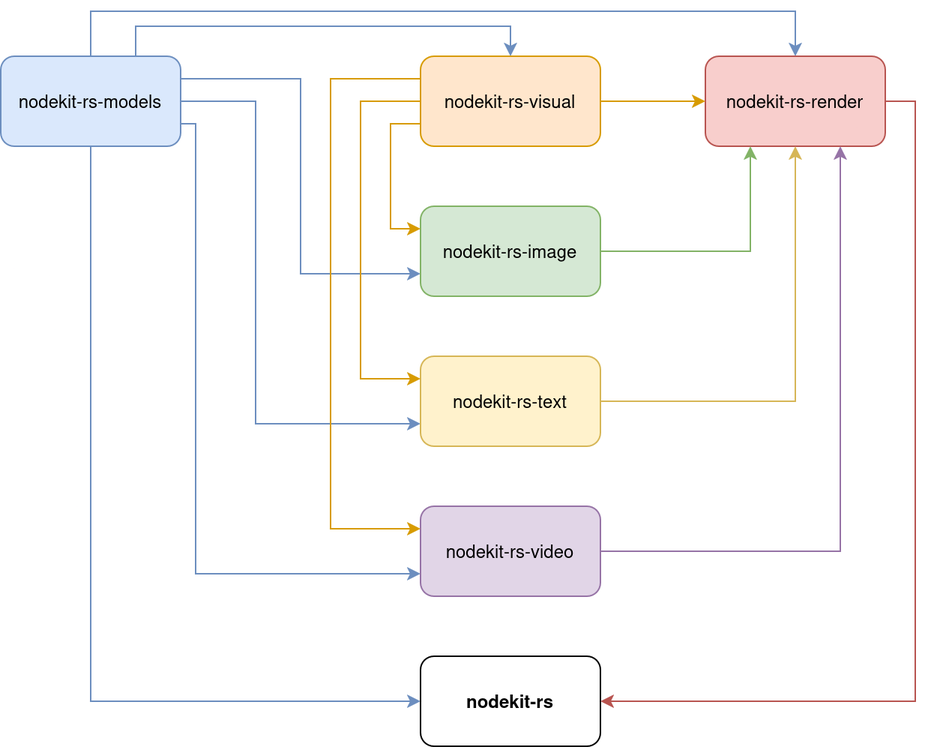
This is nodekit-rs/images/nodekit-rs.png from intelligence-observatory/nodekit, a draw.io export, as it was before one commit. Source tidied: cells renumbered, new cells last; positions are measured from the earlier drawing's top-left corner, leaving out a move shared by most shapes.
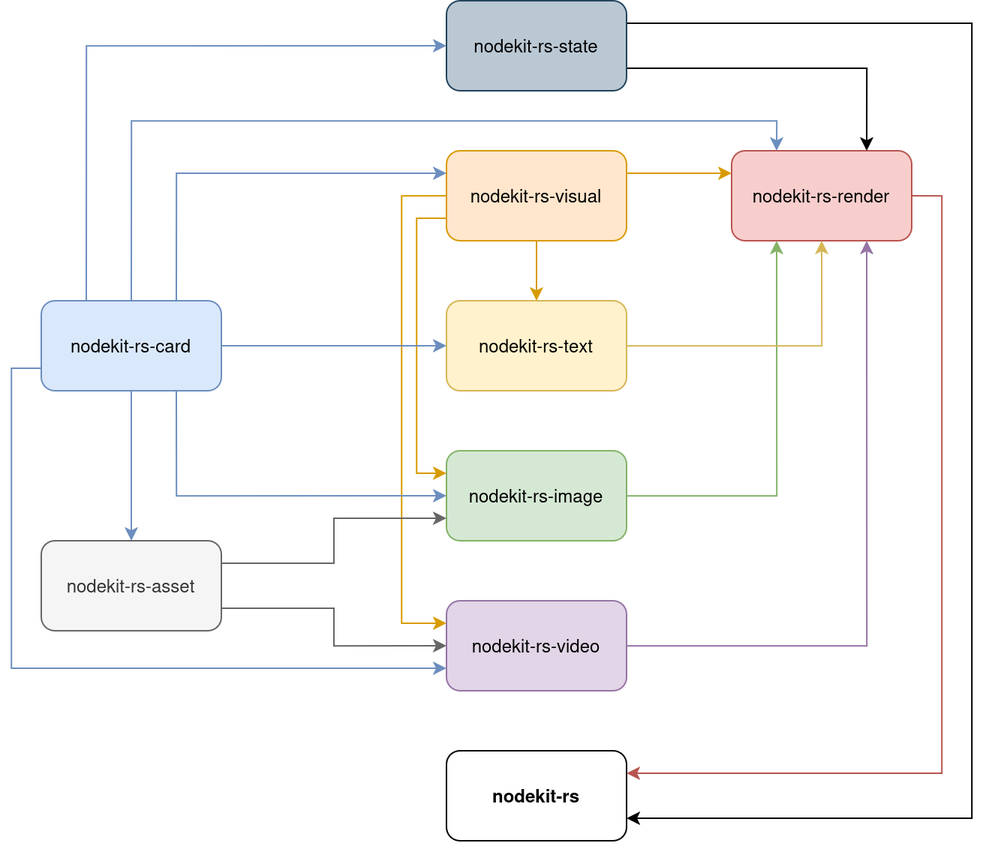
The same diagram one commit later.

Diff of the diagram source:
```diff
@@ -5,43 +5,18 @@
     <mxCell id="2" value="nodekit-rs" style="rounded=1;whiteSpace=wrap;html=1;fontStyle=1;" parent="1" vertex="1">
       <mxGeometry x="280" y="430" width="120" height="60" as="geometry" />
     </mxCell>
-    <mxCell id="3" style="edgeStyle=orthogonalEdgeStyle;rounded=0;jettySize=auto;html=1;exitX=0.5;exitY=0;exitDx=0;exitDy=0;entryX=0.5;entryY=0;entryDx=0;entryDy=0;fillColor=#dae8fc;strokeColor=#6c8ebf;" parent="1" edge="1" source="9" target="11">
+    <mxCell id="3" style="edgeStyle=orthogonalEdgeStyle;rounded=0;jettySize=auto;html=1;entryX=0.25;entryY=0;entryDx=0;entryDy=0;fillColor=#dae8fc;strokeColor=#6c8ebf;exitX=0.5;exitY=0;exitDx=0;exitDy=0;" parent="1" edge="1" source="9" target="11">
       <mxGeometry relative="1" as="geometry">
         <Array as="points">
-          <mxPoint x="60" />
-          <mxPoint x="530" />
+          <mxPoint x="70" y="10" />
+          <mxPoint x="500" y="10" />
         </Array>
       </mxGeometry>
     </mxCell>
-    <mxCell id="4" style="edgeStyle=orthogonalEdgeStyle;rounded=0;jettySize=auto;html=1;entryX=0;entryY=0.5;entryDx=0;entryDy=0;exitX=0.5;exitY=1;exitDx=0;exitDy=0;fillColor=#dae8fc;strokeColor=#6c8ebf;" parent="1" edge="1" source="9" target="2">
-      <mxGeometry relative="1" as="geometry" />
-    </mxCell>
-    <mxCell id="5" style="edgeStyle=orthogonalEdgeStyle;rounded=0;jettySize=auto;html=1;exitX=0.75;exitY=0;exitDx=0;exitDy=0;entryX=0.5;entryY=0;entryDx=0;entryDy=0;fillColor=#dae8fc;strokeColor=#6c8ebf;" parent="1" edge="1" source="9" target="22">
-      <mxGeometry relative="1" as="geometry" />
-    </mxCell>
-    <mxCell id="6" style="edgeStyle=orthogonalEdgeStyle;rounded=0;jettySize=auto;html=1;exitX=1;exitY=0.75;exitDx=0;exitDy=0;entryX=0;entryY=0.75;entryDx=0;entryDy=0;fillColor=#dae8fc;strokeColor=#6c8ebf;" parent="1" edge="1" source="9" target="17">
-      <mxGeometry relative="1" as="geometry">
-        <Array as="points">
-          <mxPoint x="130" y="75" />
-          <mxPoint x="130" y="375" />
-        </Array>
-      </mxGeometry>
-    </mxCell>
-    <mxCell id="7" style="edgeStyle=orthogonalEdgeStyle;rounded=0;jettySize=auto;html=1;exitX=1;exitY=0.5;exitDx=0;exitDy=0;entryX=0;entryY=0.75;entryDx=0;entryDy=0;fillColor=#dae8fc;strokeColor=#6c8ebf;" parent="1" edge="1" source="9" target="15">
-      <mxGeometry relative="1" as="geometry">
-        <Array as="points">
-          <mxPoint x="170" y="60" />
-          <mxPoint x="170" y="275" />
-        </Array>
-      </mxGeometry>
-    </mxCell>
-    <mxCell id="8" style="edgeStyle=orthogonalEdgeStyle;rounded=0;jettySize=auto;html=1;exitX=1;exitY=0.25;exitDx=0;exitDy=0;entryX=0;entryY=0.75;entryDx=0;entryDy=0;fillColor=#dae8fc;strokeColor=#6c8ebf;" parent="1" edge="1" source="9" target="13">
-      <mxGeometry relative="1" as="geometry" />
-    </mxCell>
-    <mxCell id="9" value="nodekit-rs-models" style="rounded=1;whiteSpace=wrap;html=1;fillColor=#dae8fc;strokeColor=#6c8ebf;" parent="1" vertex="1">
-      <mxGeometry y="30" width="120" height="60" as="geometry" />
-    </mxCell>
+    <mxCell id="23" style="edgeStyle=orthogonalEdgeStyle;rounded=0;jettySize=auto;html=1;exitX=0.5;exitY=1;exitDx=0;exitDy=0;fillColor=#dae8fc;strokeColor=#6c8ebf;entryX=0.5;entryY=0;entryDx=0;entryDy=0;" parent="1" edge="1" source="9" target="26">
+      <mxGeometry relative="1" as="geometry" />
+    </mxCell>
-    <mxCell id="10" style="edgeStyle=orthogonalEdgeStyle;rounded=0;jettySize=auto;html=1;exitX=1;exitY=0.5;exitDx=0;exitDy=0;entryX=1;entryY=0.5;entryDx=0;entryDy=0;fillColor=#f8cecc;strokeColor=#b85450;" parent="1" edge="1" source="11" target="2">
+    <mxCell id="10" style="edgeStyle=orthogonalEdgeStyle;rounded=0;jettySize=auto;html=1;exitX=1;exitY=0.5;exitDx=0;exitDy=0;entryX=1;entryY=0.25;entryDx=0;entryDy=0;fillColor=#f8cecc;strokeColor=#b85450;" parent="1" edge="1" source="11" target="2">
       <mxGeometry relative="1" as="geometry" />
     </mxCell>
     <mxCell id="11" value="nodekit-rs-render" style="rounded=1;whiteSpace=wrap;html=1;fillColor=#f8cecc;strokeColor=#b85450;" parent="1" vertex="1">
@@ -51,13 +26,13 @@
       <mxGeometry relative="1" as="geometry" />
     </mxCell>
     <mxCell id="13" value="nodekit-rs-image" style="rounded=1;whiteSpace=wrap;html=1;fillColor=#d5e8d4;strokeColor=#82b366;" parent="1" vertex="1">
-      <mxGeometry x="280" y="130" width="120" height="60" as="geometry" />
+      <mxGeometry x="280" y="230" width="120" height="60" as="geometry" />
     </mxCell>
     <mxCell id="14" style="edgeStyle=orthogonalEdgeStyle;rounded=0;jettySize=auto;html=1;entryX=0.5;entryY=1;entryDx=0;entryDy=0;fillColor=#fff2cc;strokeColor=#d6b656;" parent="1" edge="1" source="15" target="11">
       <mxGeometry relative="1" as="geometry" />
     </mxCell>
     <mxCell id="15" value="nodekit-rs-text" style="rounded=1;whiteSpace=wrap;html=1;fillColor=#fff2cc;strokeColor=#d6b656;" parent="1" vertex="1">
-      <mxGeometry x="280" y="230" width="120" height="60" as="geometry" />
+      <mxGeometry x="280" y="130" width="120" height="60" as="geometry" />
     </mxCell>
     <mxCell id="16" style="edgeStyle=orthogonalEdgeStyle;rounded=0;jettySize=auto;html=1;entryX=0.75;entryY=1;entryDx=0;entryDy=0;fillColor=#e1d5e7;strokeColor=#9673a6;" parent="1" edge="1" source="17" target="11">
       <mxGeometry relative="1" as="geometry" />
@@ -65,30 +40,66 @@
     <mxCell id="17" value="&lt;div&gt;nodekit-rs-video&lt;/div&gt;" style="rounded=1;whiteSpace=wrap;html=1;fillColor=#e1d5e7;strokeColor=#9673a6;" parent="1" vertex="1">
       <mxGeometry x="280" y="330" width="120" height="60" as="geometry" />
     </mxCell>
+    <mxCell id="20" style="edgeStyle=orthogonalEdgeStyle;rounded=0;jettySize=auto;html=1;exitX=1;exitY=0.25;exitDx=0;exitDy=0;entryX=0;entryY=0.25;entryDx=0;entryDy=0;fillColor=#ffe6cc;strokeColor=#d79b00;" parent="1" edge="1" source="22" target="11">
+      <mxGeometry relative="1" as="geometry" />
+    </mxCell>
+    <mxCell id="21" style="edgeStyle=orthogonalEdgeStyle;rounded=0;jettySize=auto;html=1;entryX=0.5;entryY=0;entryDx=0;entryDy=0;fillColor=#ffe6cc;strokeColor=#d79b00;" parent="1" edge="1" source="22" target="15">
+      <mxGeometry relative="1" as="geometry" />
+    </mxCell>
-    <mxCell id="18" style="edgeStyle=orthogonalEdgeStyle;rounded=0;jettySize=auto;html=1;exitX=0;exitY=0.25;exitDx=0;exitDy=0;entryX=0;entryY=0.25;entryDx=0;entryDy=0;fillColor=#ffe6cc;strokeColor=#d79b00;" parent="1" edge="1" source="22" target="17">
+    <mxCell id="18" style="edgeStyle=orthogonalEdgeStyle;rounded=0;jettySize=auto;html=1;exitX=0;exitY=0.5;exitDx=0;exitDy=0;entryX=0;entryY=0.25;entryDx=0;entryDy=0;fillColor=#ffe6cc;strokeColor=#d79b00;" parent="1" edge="1" source="22" target="17">
       <mxGeometry relative="1" as="geometry">
         <Array as="points">
-          <mxPoint x="220" y="45" />
-          <mxPoint x="220" y="345" />
+          <mxPoint x="250" y="60" />
+          <mxPoint x="250" y="345" />
         </Array>
       </mxGeometry>
     </mxCell>
     <mxCell id="19" style="edgeStyle=orthogonalEdgeStyle;rounded=0;jettySize=auto;html=1;exitX=0;exitY=0.75;exitDx=0;exitDy=0;entryX=0;entryY=0.25;entryDx=0;entryDy=0;fillColor=#ffe6cc;strokeColor=#d79b00;" parent="1" edge="1" source="22" target="13">
       <mxGeometry relative="1" as="geometry" />
     </mxCell>
-    <mxCell id="20" style="edgeStyle=orthogonalEdgeStyle;rounded=0;jettySize=auto;html=1;exitX=1;exitY=0.5;exitDx=0;exitDy=0;entryX=0;entryY=0.5;entryDx=0;entryDy=0;fillColor=#ffe6cc;strokeColor=#d79b00;" parent="1" edge="1" source="22" target="11">
-      <mxGeometry relative="1" as="geometry" />
-    </mxCell>
-    <mxCell id="21" style="edgeStyle=orthogonalEdgeStyle;rounded=0;jettySize=auto;html=1;exitX=0;exitY=0.5;exitDx=0;exitDy=0;entryX=0;entryY=0.25;entryDx=0;entryDy=0;fillColor=#ffe6cc;strokeColor=#d79b00;" parent="1" edge="1" source="22" target="15">
-      <mxGeometry relative="1" as="geometry">
-        <Array as="points">
-          <mxPoint x="240" y="60" />
-          <mxPoint x="240" y="245" />
-        </Array>
-      </mxGeometry>
-    </mxCell>
     <mxCell id="22" value="&lt;div&gt;nodekit-rs-visual&lt;/div&gt;" style="rounded=1;whiteSpace=wrap;html=1;fillColor=#ffe6cc;strokeColor=#d79b00;" parent="1" vertex="1">
       <mxGeometry x="280" y="30" width="120" height="60" as="geometry" />
     </mxCell>
+    <mxCell id="24" style="edgeStyle=orthogonalEdgeStyle;rounded=0;jettySize=auto;html=1;exitX=1;exitY=0.25;exitDx=0;exitDy=0;entryX=0;entryY=0.75;entryDx=0;entryDy=0;fillColor=#f5f5f5;strokeColor=#666666;" parent="1" edge="1" source="26" target="13">
+      <mxGeometry relative="1" as="geometry" />
+    </mxCell>
+    <mxCell id="25" style="edgeStyle=orthogonalEdgeStyle;rounded=0;jettySize=auto;html=1;exitX=1;exitY=0.75;exitDx=0;exitDy=0;entryX=0;entryY=0.5;entryDx=0;entryDy=0;fillColor=#f5f5f5;strokeColor=#666666;" parent="1" edge="1" source="26" target="17">
+      <mxGeometry relative="1" as="geometry" />
+    </mxCell>
+    <mxCell id="26" value="nodekit-rs-asset" style="rounded=1;whiteSpace=wrap;html=1;fillColor=#f5f5f5;strokeColor=#666666;fontColor=#333333;" parent="1" vertex="1">
+      <mxGeometry x="10" y="290" width="120" height="60" as="geometry" />
+    </mxCell>
+    <mxCell id="27" style="edgeStyle=orthogonalEdgeStyle;rounded=0;jettySize=auto;html=1;entryX=0;entryY=0.5;entryDx=0;entryDy=0;exitX=0.25;exitY=0;exitDx=0;exitDy=0;fillColor=#dae8fc;strokeColor=#6c8ebf;" parent="1" edge="1" source="9" target="30">
+      <mxGeometry relative="1" as="geometry" />
+    </mxCell>
+    <mxCell id="5" style="edgeStyle=orthogonalEdgeStyle;rounded=0;jettySize=auto;html=1;exitX=0.75;exitY=0;exitDx=0;exitDy=0;entryX=0;entryY=0.25;entryDx=0;entryDy=0;fillColor=#dae8fc;strokeColor=#6c8ebf;" parent="1" edge="1" source="9" target="22">
+      <mxGeometry relative="1" as="geometry" />
+    </mxCell>
+    <mxCell id="7" style="edgeStyle=orthogonalEdgeStyle;rounded=0;jettySize=auto;html=1;exitX=1;exitY=0.5;exitDx=0;exitDy=0;entryX=0;entryY=0.5;entryDx=0;entryDy=0;fillColor=#dae8fc;strokeColor=#6c8ebf;" parent="1" edge="1" source="9" target="15">
+      <mxGeometry relative="1" as="geometry" />
+    </mxCell>
+    <mxCell id="8" style="edgeStyle=orthogonalEdgeStyle;rounded=0;jettySize=auto;html=1;exitX=0.75;exitY=1;exitDx=0;exitDy=0;entryX=0;entryY=0.5;entryDx=0;entryDy=0;fillColor=#dae8fc;strokeColor=#6c8ebf;" parent="1" edge="1" source="9" target="13">
+      <mxGeometry relative="1" as="geometry" />
+    </mxCell>
+    <mxCell id="6" style="edgeStyle=orthogonalEdgeStyle;rounded=0;jettySize=auto;html=1;exitX=0;exitY=0.75;exitDx=0;exitDy=0;entryX=0;entryY=0.75;entryDx=0;entryDy=0;fillColor=#dae8fc;strokeColor=#6c8ebf;" parent="1" edge="1" source="9" target="17">
+      <mxGeometry relative="1" as="geometry" />
+    </mxCell>
+    <mxCell id="9" value="nodekit-rs-card" style="rounded=1;whiteSpace=wrap;html=1;fillColor=#dae8fc;strokeColor=#6c8ebf;" parent="1" vertex="1">
+      <mxGeometry x="10" y="130" width="120" height="60" as="geometry" />
+    </mxCell>
+    <mxCell id="28" style="edgeStyle=orthogonalEdgeStyle;rounded=0;jettySize=auto;html=1;entryX=0.75;entryY=0;entryDx=0;entryDy=0;exitX=1;exitY=0.75;exitDx=0;exitDy=0;" parent="1" edge="1" source="30" target="11">
+      <mxGeometry relative="1" as="geometry" />
+    </mxCell>
+    <mxCell id="29" style="edgeStyle=orthogonalEdgeStyle;rounded=0;jettySize=auto;html=1;exitX=1;exitY=0.25;exitDx=0;exitDy=0;entryX=1;entryY=0.75;entryDx=0;entryDy=0;" parent="1" edge="1" source="30" target="2">
+      <mxGeometry relative="1" as="geometry">
+        <Array as="points">
+          <mxPoint x="630" y="-55" />
+          <mxPoint x="630" y="475" />
+        </Array>
+      </mxGeometry>
+    </mxCell>
+    <mxCell id="30" value="nodekit-rs-state" style="rounded=1;whiteSpace=wrap;html=1;fillColor=#bac8d3;strokeColor=#23445d;" parent="1" vertex="1">
+      <mxGeometry x="280" y="-70" width="120" height="60" as="geometry" />
+    </mxCell>
   </root>
 </mxGraphModel>
```
